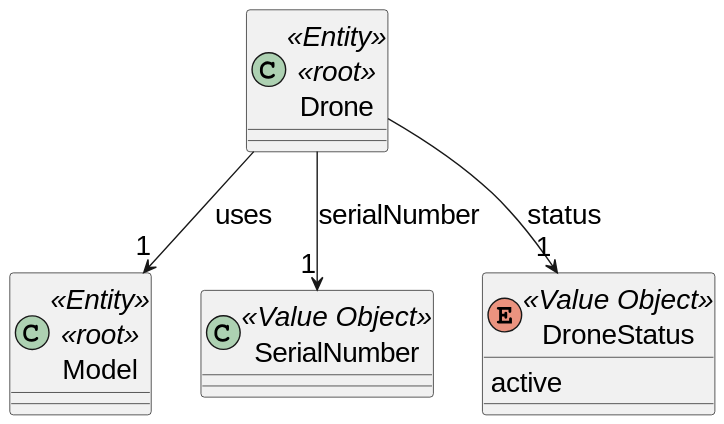
The PlantUML diagram docs/SPRINT_2/US243/images/domain_model_us243.svg in diogoveirospro/sem4pi-2024-2025-sem4pi_2024_2025_g44, before a commit.
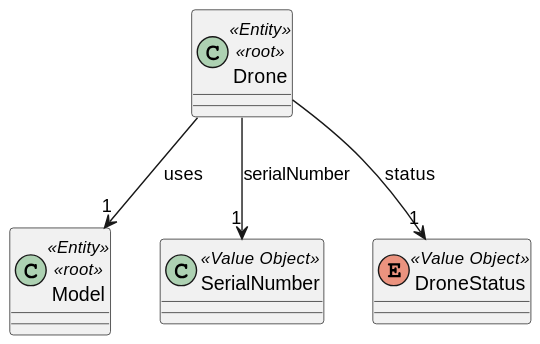
The same file after the commit.

Commit message:
forgot a file form the last commit

Diff of the diagram source:
```diff
@@ -1,5 +1,4 @@
 @startuml
-skinparamlocked defaultFontSize 20
  class Model <<Entity>> <<root>>{
     }
 
@@ -11,7 +10,6 @@
     }
 
     enum DroneStatus <<Value Object>>{
-    active
     }
 
     Drone --> "1" DroneStatus: status
```
